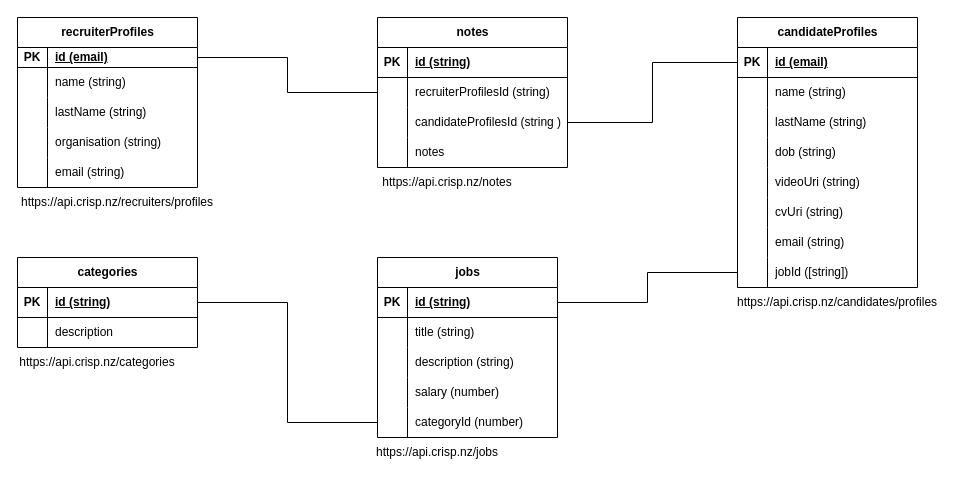
This is docs/high level design/erd.drawio from tommcamm/aut-crisp, a draw.io file, before an edit. Source tidied: cells renumbered, new cells numbered last; positions are measured from the earlier drawing's top-left corner, leaving out a move shared by most shapes. Both pictures are drawn from the tidied source at 100%, with x=0, y=0 at pixel (17, 17).
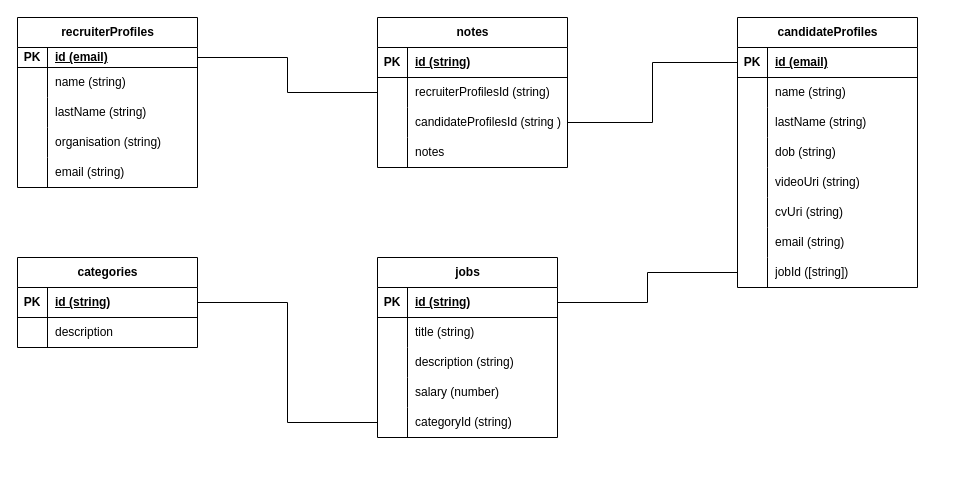
The same diagram, later.

Commit message (it also covers changes not shown here):
worked more on the paper, updated diagrams and added project planning exction

Unchanged cells that the change refers to:
```xml
<mxCell id="32" style="shape=tableRow;horizontal=0;startSize=0;swimlaneHead=0;swimlaneBody=0;fillColor=none;points=[[0,0.5],[1,0.5]];portConstraint=eastwest;top=0;left=0;right=0;bottom=0;" parent="19" vertex="1">
  <mxGeometry y="150" width="180" height="30" as="geometry" />
</mxCell>
```

What changed in the source:
```diff
@@
-    <mxCell id="18" value="https://api.crisp.nz/recruiters/profiles" style="text;html=1;align=center;verticalAlign=middle;whiteSpace=wrap;rounded=0;" parent="1" vertex="1">
-      <mxGeometry x="70" y="170" width="60" height="30" as="geometry" />
-    </mxCell>
@@
-    <mxCell id="34" value="categoryId (number)" style="shape=partialRectangle;fillColor=none;top=0;left=0;bottom=0;right=0;align=left;spacingLeft=6;overflow=hidden;whiteSpace=wrap;html=1;" parent="32" vertex="1">
+    <mxCell id="34" value="categoryId (string)" style="shape=partialRectangle;fillColor=none;top=0;left=0;bottom=0;right=0;align=left;spacingLeft=6;overflow=hidden;whiteSpace=wrap;html=1;" parent="32" vertex="1">
       <mxGeometry x="30" width="150" height="30" as="geometry" />
     </mxCell>
@@
-    <mxCell id="67" value="https://api.crisp.nz/jobs" style="text;html=1;align=center;verticalAlign=middle;whiteSpace=wrap;rounded=0;" parent="1" vertex="1">
-      <mxGeometry x="390" y="420" width="60" height="30" as="geometry" />
-    </mxCell>
-    <mxCell id="68" value="https://api.crisp.nz/candidates/profiles" style="text;html=1;align=center;verticalAlign=middle;whiteSpace=wrap;rounded=0;" parent="1" vertex="1">
-      <mxGeometry x="790" y="270" width="60" height="30" as="geometry" />
-    </mxCell>
-    <mxCell id="69" value="https://api.crisp.nz/categories" style="text;html=1;align=center;verticalAlign=middle;whiteSpace=wrap;rounded=0;" parent="1" vertex="1">
-      <mxGeometry x="50" y="330" width="60" height="30" as="geometry" />
-    </mxCell>
@@
-    <mxCell id="83" value="https://api.crisp.nz/notes" style="text;html=1;align=center;verticalAlign=middle;whiteSpace=wrap;rounded=0;" parent="1" vertex="1">
-      <mxGeometry x="400" y="150" width="60" height="30" as="geometry" />
-    </mxCell>
```
